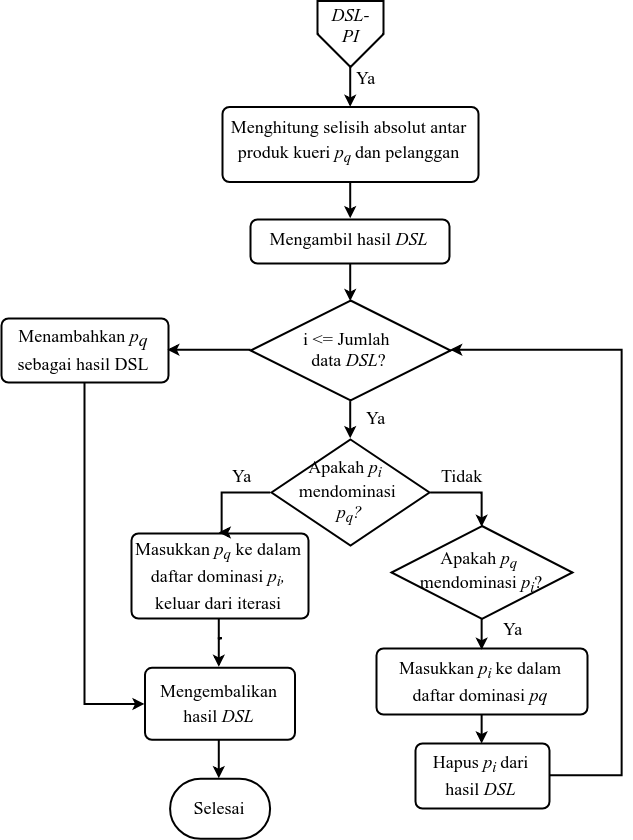
The draw.io diagram buku/assets/img/bab3/flowchart-dsl-pi.png in mocatfrio/thesis-code, before a commit. Source tidied: cells renumbered, new cells last; positions are measured from the earlier drawing's top-left corner, leaving out a move shared by most shapes.
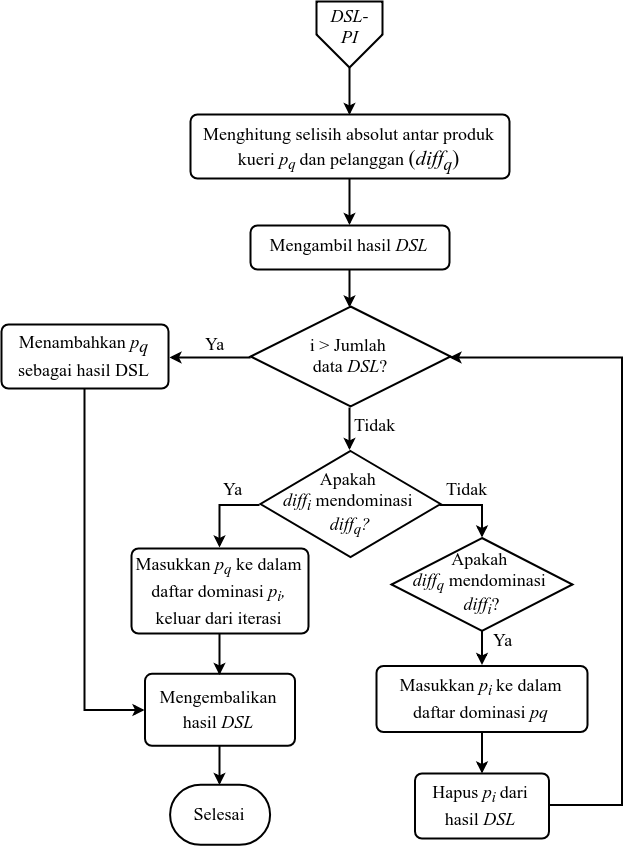
The same diagram one commit later.

Diff of the diagram source:
```diff
@@ -3,131 +3,136 @@
     <mxCell id="0" />
     <mxCell id="1" parent="0" />
     <mxCell id="2" style="group;" parent="1" vertex="1">
-      <mxGeometry y="0.5" width="620" height="837.8" as="geometry" />
+      <mxGeometry y="0.5" width="620" height="843.3" as="geometry" />
     </mxCell>
-    <mxCell id="3" value="&lt;span style=&quot;font-size: 18px&quot;&gt;Menghitung selisih absolut antar produk kueri &lt;i&gt;p&lt;sub&gt;q&amp;nbsp;&lt;/sub&gt;&lt;/i&gt;dan pelanggan&lt;br&gt;&lt;/span&gt;&lt;br&gt;" style="rounded=1;whiteSpace=wrap;html=1;absoluteArcSize=1;arcSize=14;strokeWidth=2;fontFamily=Times New Roman;fontSize=21;align=center;verticalAlign=top;" parent="2" vertex="1">
-      <mxGeometry x="221" y="106" width="256" height="75" as="geometry" />
+    <mxCell id="3" value="&lt;span style=&quot;font-size: 18px&quot;&gt;Menghitung selisih absolut antar produk kueri &lt;i&gt;p&lt;sub&gt;q&amp;nbsp;&lt;/sub&gt;&lt;/i&gt;dan pelanggan&amp;nbsp;&lt;/span&gt;(&lt;i&gt;diff&lt;sub&gt;q&lt;/sub&gt;&lt;/i&gt;)&lt;br&gt;" style="rounded=1;whiteSpace=wrap;html=1;absoluteArcSize=1;arcSize=14;strokeWidth=2;fontFamily=Times New Roman;fontSize=21;align=center;verticalAlign=top;" parent="2" vertex="1">
+      <mxGeometry x="189" y="113" width="319" height="64" as="geometry" />
     </mxCell>
     <mxCell id="4" value="&lt;span style=&quot;font-size: 18px&quot;&gt;Mengembalikan hasil &lt;i&gt;DSL&lt;/i&gt;&lt;br&gt;&lt;/span&gt;" style="rounded=1;whiteSpace=wrap;html=1;absoluteArcSize=1;arcSize=14;strokeWidth=2;fontFamily=Times New Roman;fontSize=21;" parent="2" vertex="1">
-      <mxGeometry x="143.5" y="666.8" width="150" height="72" as="geometry" />
+      <mxGeometry x="143.5" y="672.3" width="150" height="72" as="geometry" />
     </mxCell>
-    <mxCell id="5" style="edgeStyle=orthogonalEdgeStyle;rounded=0;jettySize=auto;html=1;entryX=0.5;entryY=0;entryDx=0;entryDy=0;strokeWidth=2;fontFamily=Times New Roman;fontSize=18;exitX=0.5;exitY=1;exitDx=0;exitDy=0;" parent="2" edge="1" source="27" target="3">
+    <mxCell id="5" style="edgeStyle=orthogonalEdgeStyle;rounded=0;jettySize=auto;html=1;entryX=0.5;entryY=0;entryDx=0;entryDy=0;strokeWidth=2;fontFamily=Times New Roman;fontSize=18;exitX=0.5;exitY=1;exitDx=0;exitDy=0;" parent="2" edge="1" source="26" target="3">
       <mxGeometry relative="1" as="geometry" />
     </mxCell>
-    <mxCell id="6" value="Ya" style="text;html=1;points=[];align=center;verticalAlign=middle;labelBackgroundColor=#ffffff;fontSize=18;fontFamily=Times New Roman;" parent="5" vertex="1">
-      <mxGeometry x="-0.36" y="-11" relative="1" as="geometry">
-        <mxPoint x="25.7" y="-1.5" as="offset" />
-      </mxGeometry>
+    <mxCell id="6" value="&lt;font face=&quot;Times New Roman&quot; style=&quot;font-size: 18px&quot;&gt;Apakah &lt;br&gt;&lt;i&gt;diff&lt;sub&gt;i&lt;/sub&gt;&lt;/i&gt;&amp;nbsp;mendominasi &lt;br&gt;&lt;i&gt;diff&lt;sub&gt;q&lt;/sub&gt;?&lt;/i&gt;&lt;/font&gt;&lt;br&gt;" style="strokeWidth=2;html=1;shape=mxgraph.flowchart.decision;whiteSpace=wrap;rounded=1;fillColor=#ffffff;" parent="2" vertex="1">
+      <mxGeometry x="259" y="449.5" width="180" height="106" as="geometry" />
     </mxCell>
-    <mxCell id="7" value="&lt;font face=&quot;Times New Roman&quot; style=&quot;font-size: 18px&quot;&gt;Apakah &lt;i&gt;p&lt;sub&gt;i&lt;/sub&gt;&lt;/i&gt;&amp;nbsp; &lt;br&gt;mendominasi &lt;br&gt;&lt;i&gt;p&lt;sub&gt;q&lt;/sub&gt;?&lt;/i&gt;&lt;/font&gt;&lt;br&gt;" style="strokeWidth=2;html=1;shape=mxgraph.flowchart.decision;whiteSpace=wrap;rounded=1;fillColor=#ffffff;" parent="2" vertex="1">
-      <mxGeometry x="270" y="438.5" width="158" height="106" as="geometry" />
+    <mxCell id="7" value="&lt;font face=&quot;Times New Roman&quot;&gt;&lt;span style=&quot;font-size: 18px&quot;&gt;Apakah &lt;br&gt;&lt;i&gt;diff&lt;sub&gt;q&lt;/sub&gt;&lt;/i&gt; mendominasi &lt;br&gt;&lt;i&gt;diff&lt;sub&gt;i&lt;/sub&gt;&lt;/i&gt;?&lt;/span&gt;&lt;/font&gt;&lt;br&gt;" style="strokeWidth=2;html=1;shape=mxgraph.flowchart.decision;whiteSpace=wrap;rounded=1;fillColor=#ffffff;" parent="2" vertex="1">
+      <mxGeometry x="390" y="536.5" width="181" height="93" as="geometry" />
     </mxCell>
-    <mxCell id="8" value="&lt;font face=&quot;Times New Roman&quot;&gt;&lt;span style=&quot;font-size: 18px&quot;&gt;Apakah &lt;i&gt;p&lt;sub&gt;q&lt;/sub&gt;&lt;/i&gt; &lt;br&gt;mendominasi &lt;i&gt;p&lt;sub&gt;i&lt;/sub&gt;&lt;/i&gt;?&lt;/span&gt;&lt;/font&gt;&lt;br&gt;" style="strokeWidth=2;html=1;shape=mxgraph.flowchart.decision;whiteSpace=wrap;rounded=1;fillColor=#ffffff;" parent="2" vertex="1">
-      <mxGeometry x="390" y="525" width="181" height="93" as="geometry" />
+    <mxCell id="8" style="edgeStyle=orthogonalEdgeStyle;rounded=0;jettySize=auto;html=1;strokeWidth=2;fontFamily=Times New Roman;fontSize=18;exitX=1;exitY=0.5;exitDx=0;exitDy=0;exitPerimeter=0;entryX=0.5;entryY=0;entryDx=0;entryDy=0;entryPerimeter=0;" parent="2" edge="1" source="6" target="7">
+      <mxGeometry relative="1" as="geometry">
+        <Array as="points">
+          <mxPoint x="481" y="503" />
+        </Array>
+      </mxGeometry>
     </mxCell>
-    <mxCell id="9" style="edgeStyle=orthogonalEdgeStyle;rounded=0;jettySize=auto;html=1;strokeWidth=2;fontFamily=Times New Roman;fontSize=18;exitX=1;exitY=0.5;exitDx=0;exitDy=0;exitPerimeter=0;entryX=0.5;entryY=0;entryDx=0;entryDy=0;entryPerimeter=0;" parent="2" edge="1" source="7" target="8">
-      <mxGeometry relative="1" as="geometry">
-        <Array as="points">
-          <mxPoint x="481" y="491.5" />
-        </Array>
+    <mxCell id="9" value="Tidak" style="text;html=1;align=center;verticalAlign=middle;labelBackgroundColor=#ffffff;fontSize=18;fontFamily=Times New Roman;" parent="8" vertex="1">
+      <mxGeometry x="-0.25" y="-1" relative="1" as="geometry">
+        <mxPoint x="-1" y="-18.5" as="offset" />
       </mxGeometry>
     </mxCell>
-    <mxCell id="10" value="Tidak" style="text;html=1;align=center;verticalAlign=middle;labelBackgroundColor=#ffffff;fontSize=18;fontFamily=Times New Roman;" parent="9" vertex="1">
-      <mxGeometry x="-0.25" y="-1" relative="1" as="geometry">
-        <mxPoint x="-1" y="-18.5" as="offset" />
+    <mxCell id="10" style="edgeStyle=orthogonalEdgeStyle;rounded=0;jettySize=auto;html=1;entryX=0.5;entryY=0;entryDx=0;entryDy=0;strokeWidth=2;fontFamily=Times New Roman;fontSize=18;exitX=0.5;exitY=1;exitDx=0;exitDy=0;" parent="2" edge="1" source="11" target="4">
+      <mxGeometry relative="1" as="geometry">
+        <Array as="points">
+          <mxPoint x="219" y="643" />
+          <mxPoint x="219" y="643" />
+        </Array>
       </mxGeometry>
     </mxCell>
-    <mxCell id="11" style="edgeStyle=orthogonalEdgeStyle;rounded=0;jettySize=auto;html=1;entryX=0.5;entryY=0;entryDx=0;entryDy=0;strokeWidth=2;fontFamily=Times New Roman;fontSize=18;exitX=0.5;exitY=1;exitDx=0;exitDy=0;" parent="2" edge="1" source="12" target="4">
-      <mxGeometry relative="1" as="geometry">
-        <Array as="points">
-          <mxPoint x="219" y="637.5" />
-          <mxPoint x="219" y="637.5" />
-        </Array>
-      </mxGeometry>
+    <mxCell id="11" value="&lt;span style=&quot;font-size: 18px&quot;&gt;Masukkan &lt;i&gt;p&lt;sub&gt;q&lt;/sub&gt;&lt;/i&gt; ke dalam daftar dominasi &lt;i&gt;p&lt;/i&gt;&lt;i&gt;&lt;sub&gt;i&lt;/sub&gt;, &lt;/i&gt;keluar dari iterasi&lt;/span&gt;&lt;br&gt;" style="rounded=1;whiteSpace=wrap;html=1;absoluteArcSize=1;arcSize=14;strokeWidth=2;fontFamily=Times New Roman;fontSize=21;" parent="2" vertex="1">
+      <mxGeometry x="130" y="547" width="177" height="85" as="geometry" />
     </mxCell>
-    <mxCell id="12" value="&lt;span style=&quot;font-size: 18px&quot;&gt;Masukkan &lt;i&gt;p&lt;sub&gt;q&lt;/sub&gt;&lt;/i&gt; ke dalam daftar dominasi &lt;i&gt;p&lt;/i&gt;&lt;i&gt;&lt;sub&gt;i&lt;/sub&gt;, &lt;/i&gt;keluar dari iterasi&lt;/span&gt;&lt;br&gt;" style="rounded=1;whiteSpace=wrap;html=1;absoluteArcSize=1;arcSize=14;strokeWidth=2;fontFamily=Times New Roman;fontSize=21;" parent="2" vertex="1">
-      <mxGeometry x="130" y="532.5" width="177" height="85" as="geometry" />
+    <mxCell id="12" style="edgeStyle=orthogonalEdgeStyle;rounded=0;jettySize=auto;html=1;entryX=0.5;entryY=0;entryDx=0;entryDy=0;strokeWidth=2;exitX=0;exitY=0.5;exitDx=0;exitDy=0;exitPerimeter=0;" parent="2" edge="1" source="6" target="11">
+      <mxGeometry relative="1" as="geometry">
+        <Array as="points">
+          <mxPoint x="219" y="503" />
+        </Array>
+      </mxGeometry>
     </mxCell>
-    <mxCell id="13" style="edgeStyle=orthogonalEdgeStyle;rounded=0;jettySize=auto;html=1;entryX=0.5;entryY=0;entryDx=0;entryDy=0;strokeWidth=2;exitX=0;exitY=0.5;exitDx=0;exitDy=0;exitPerimeter=0;" parent="2" edge="1" source="7" target="12">
-      <mxGeometry relative="1" as="geometry">
-        <Array as="points">
-          <mxPoint x="219" y="491.5" />
-        </Array>
+    <mxCell id="13" value="&lt;font face=&quot;Times New Roman&quot; style=&quot;font-size: 18px&quot;&gt;Ya&lt;/font&gt;" style="text;html=1;align=center;verticalAlign=middle;labelBackgroundColor=#ffffff;" parent="12" vertex="1">
+      <mxGeometry x="-0.73" y="1" relative="1" as="geometry">
+        <mxPoint x="-18" y="-18.5" as="offset" />
       </mxGeometry>
     </mxCell>
-    <mxCell id="14" value="&lt;font face=&quot;Times New Roman&quot; style=&quot;font-size: 18px&quot;&gt;Ya&lt;/font&gt;" style="text;html=1;points=[];align=center;verticalAlign=middle;labelBackgroundColor=#ffffff;" parent="13" vertex="1">
-      <mxGeometry x="-0.73" y="1" relative="1" as="geometry">
-        <mxPoint x="-18" y="-18.5" as="offset" />
-      </mxGeometry>
+    <mxCell id="14" value="&lt;font style=&quot;font-size: 18px&quot;&gt;&lt;span&gt;Masukkan&amp;nbsp;&lt;/span&gt;&lt;i&gt;p&lt;sub&gt;i&amp;nbsp;&lt;/sub&gt;&lt;/i&gt;&lt;span&gt;ke dalam daftar dominasi&amp;nbsp;&lt;/span&gt;&lt;i&gt;pq&lt;/i&gt;&lt;/font&gt;&lt;br&gt;" style="rounded=1;whiteSpace=wrap;html=1;absoluteArcSize=1;arcSize=14;strokeWidth=2;fontFamily=Times New Roman;fontSize=21;" parent="2" vertex="1">
+      <mxGeometry x="375" y="664.5" width="211" height="66" as="geometry" />
     </mxCell>
-    <mxCell id="15" value="&lt;font style=&quot;font-size: 18px&quot;&gt;&lt;span&gt;Masukkan&amp;nbsp;&lt;/span&gt;&lt;i&gt;p&lt;sub&gt;i&amp;nbsp;&lt;/sub&gt;&lt;/i&gt;&lt;span&gt;ke dalam daftar dominasi&amp;nbsp;&lt;/span&gt;&lt;i&gt;pq&lt;/i&gt;&lt;/font&gt;&lt;br&gt;" style="rounded=1;whiteSpace=wrap;html=1;absoluteArcSize=1;arcSize=14;strokeWidth=2;fontFamily=Times New Roman;fontSize=21;" parent="2" vertex="1">
-      <mxGeometry x="375" y="647.5" width="211" height="66" as="geometry" />
+    <mxCell id="15" style="edgeStyle=orthogonalEdgeStyle;rounded=0;jettySize=auto;html=1;entryX=0.5;entryY=0;entryDx=0;entryDy=0;strokeWidth=2;fontFamily=Times New Roman;fontSize=18;exitX=0.5;exitY=1;exitDx=0;exitDy=0;exitPerimeter=0;" parent="2" edge="1" source="7" target="14">
+      <mxGeometry relative="1" as="geometry" />
     </mxCell>
-    <mxCell id="16" style="edgeStyle=orthogonalEdgeStyle;rounded=0;jettySize=auto;html=1;entryX=0.5;entryY=0;entryDx=0;entryDy=0;strokeWidth=2;fontFamily=Times New Roman;fontSize=18;exitX=0.5;exitY=1;exitDx=0;exitDy=0;exitPerimeter=0;" parent="2" edge="1" source="8" target="15">
-      <mxGeometry relative="1" as="geometry" />
+    <mxCell id="16" value="Ya" style="text;html=1;align=center;verticalAlign=middle;labelBackgroundColor=#ffffff;fontSize=18;fontFamily=Times New Roman;" parent="15" vertex="1">
+      <mxGeometry x="-0.21" y="-2" relative="1" as="geometry">
+        <mxPoint x="21.5" y="-6.5" as="offset" />
+      </mxGeometry>
     </mxCell>
-    <mxCell id="17" value="Ya" style="text;html=1;points=[];align=center;verticalAlign=middle;labelBackgroundColor=#ffffff;fontSize=18;fontFamily=Times New Roman;" parent="16" vertex="1">
-      <mxGeometry x="-0.21" y="-2" relative="1" as="geometry">
-        <mxPoint x="31.5" y="-2.5" as="offset" />
-      </mxGeometry>
+    <mxCell id="17" value="&lt;span style=&quot;font-size: 18px&quot;&gt;Hapus&amp;nbsp;&lt;i&gt;p&lt;/i&gt;&lt;sub style=&quot;font-style: italic&quot;&gt;i &lt;/sub&gt;dari hasil &lt;i&gt;DSL&lt;/i&gt;&lt;/span&gt;&lt;br&gt;" style="rounded=1;whiteSpace=wrap;html=1;absoluteArcSize=1;arcSize=14;strokeWidth=2;fontFamily=Times New Roman;fontSize=21;" parent="2" vertex="1">
+      <mxGeometry x="413.5" y="772" width="134" height="65" as="geometry" />
     </mxCell>
-    <mxCell id="18" value="&lt;span style=&quot;font-size: 18px&quot;&gt;Hapus&amp;nbsp;&lt;i&gt;p&lt;/i&gt;&lt;sub style=&quot;font-style: italic&quot;&gt;i &lt;/sub&gt;dari hasil &lt;i&gt;DSL&lt;/i&gt;&lt;/span&gt;&lt;br&gt;" style="rounded=1;whiteSpace=wrap;html=1;absoluteArcSize=1;arcSize=14;strokeWidth=2;fontFamily=Times New Roman;fontSize=21;" parent="2" vertex="1">
-      <mxGeometry x="414" y="742.5" width="134" height="65" as="geometry" />
+    <mxCell id="18" style="edgeStyle=orthogonalEdgeStyle;rounded=0;jettySize=auto;html=1;strokeWidth=2;fontFamily=Times New Roman;fontSize=18;" parent="2" edge="1" source="14" target="17">
+      <mxGeometry relative="1" as="geometry" />
     </mxCell>
-    <mxCell id="19" style="edgeStyle=orthogonalEdgeStyle;rounded=0;jettySize=auto;html=1;strokeWidth=2;fontFamily=Times New Roman;fontSize=18;" parent="2" edge="1" source="15" target="18">
-      <mxGeometry relative="1" as="geometry" />
+    <mxCell id="19" value="&lt;font face=&quot;Times New Roman&quot; style=&quot;font-size: 18px&quot;&gt;i &amp;gt; Jumlah &lt;br&gt;data &lt;i&gt;DSL&lt;/i&gt;?&lt;/font&gt;" style="strokeWidth=2;html=1;shape=mxgraph.flowchart.decision;whiteSpace=wrap;rounded=1;fillColor=#ffffff;" parent="2" vertex="1">
+      <mxGeometry x="249.1" y="305" width="200" height="100" as="geometry" />
     </mxCell>
-    <mxCell id="20" value="&lt;font face=&quot;Times New Roman&quot; style=&quot;font-size: 18px&quot;&gt;i &amp;lt;= Jumlah &lt;br&gt;data &lt;i&gt;DSL&lt;/i&gt;?&lt;/font&gt;" style="strokeWidth=2;html=1;shape=mxgraph.flowchart.decision;whiteSpace=wrap;rounded=1;fillColor=#ffffff;" parent="2" vertex="1">
-      <mxGeometry x="249.1" y="299.5" width="200" height="100" as="geometry" />
+    <mxCell id="20" style="edgeStyle=orthogonalEdgeStyle;rounded=0;jettySize=auto;html=1;entryX=1;entryY=0.5;entryDx=0;entryDy=0;entryPerimeter=0;strokeWidth=2;fontFamily=Times New Roman;fontSize=18;exitX=1;exitY=0.5;exitDx=0;exitDy=0;" parent="2" edge="1" source="17" target="19">
+      <mxGeometry relative="1" as="geometry">
+        <Array as="points">
+          <mxPoint x="620" y="804" />
+          <mxPoint x="620" y="355" />
+        </Array>
+      </mxGeometry>
     </mxCell>
-    <mxCell id="21" style="edgeStyle=orthogonalEdgeStyle;rounded=0;jettySize=auto;html=1;entryX=1;entryY=0.5;entryDx=0;entryDy=0;entryPerimeter=0;strokeWidth=2;fontFamily=Times New Roman;fontSize=18;" parent="2" edge="1" source="18" target="20">
-      <mxGeometry relative="1" as="geometry">
-        <Array as="points">
-          <mxPoint x="620" y="775.5" />
-          <mxPoint x="620" y="349.5" />
-        </Array>
-      </mxGeometry>
+    <mxCell id="21" style="edgeStyle=orthogonalEdgeStyle;rounded=0;jettySize=auto;html=1;entryX=0.5;entryY=0;entryDx=0;entryDy=0;entryPerimeter=0;strokeWidth=2;fontFamily=Times New Roman;fontSize=18;exitX=0.5;exitY=1;exitDx=0;exitDy=0;exitPerimeter=0;" parent="2" edge="1" source="19" target="6">
+      <mxGeometry relative="1" as="geometry" />
     </mxCell>
-    <mxCell id="22" style="edgeStyle=orthogonalEdgeStyle;rounded=0;jettySize=auto;html=1;entryX=0.5;entryY=0;entryDx=0;entryDy=0;entryPerimeter=0;strokeWidth=2;fontFamily=Times New Roman;fontSize=18;exitX=0.5;exitY=1;exitDx=0;exitDy=0;exitPerimeter=0;" parent="2" edge="1" source="20" target="7">
-      <mxGeometry relative="1" as="geometry" />
+    <mxCell id="22" value="Tidak" style="text;html=1;align=center;verticalAlign=middle;labelBackgroundColor=#ffffff;fontSize=18;fontFamily=Times New Roman;" parent="21" vertex="1">
+      <mxGeometry x="-0.29" y="-1" relative="1" as="geometry">
+        <mxPoint x="25.5" y="1.5" as="offset" />
+      </mxGeometry>
     </mxCell>
-    <mxCell id="23" value="Ya" style="text;html=1;points=[];align=center;verticalAlign=middle;labelBackgroundColor=#ffffff;fontSize=18;fontFamily=Times New Roman;" parent="22" vertex="1">
-      <mxGeometry x="-0.29" y="-1" relative="1" as="geometry">
-        <mxPoint x="25.5" y="1.5" as="offset" />
-      </mxGeometry>
+    <mxCell id="23" value="&lt;font style=&quot;font-size: 18px&quot;&gt;Selesai&lt;/font&gt;&lt;br&gt;" style="strokeWidth=2;html=1;shape=mxgraph.flowchart.terminator;whiteSpace=wrap;fontFamily=Times New Roman;fontSize=31;verticalAlign=top;" parent="2" vertex="1">
+      <mxGeometry x="168.6" y="783.3" width="100" height="60" as="geometry" />
     </mxCell>
-    <mxCell id="24" value="&lt;font style=&quot;font-size: 18px&quot;&gt;Selesai&lt;/font&gt;&lt;br&gt;" style="strokeWidth=2;html=1;shape=mxgraph.flowchart.terminator;whiteSpace=wrap;fontFamily=Times New Roman;fontSize=31;verticalAlign=top;" parent="2" vertex="1">
-      <mxGeometry x="168.6" y="777.8" width="100" height="60" as="geometry" />
+    <mxCell id="24" style="edgeStyle=orthogonalEdgeStyle;rounded=0;jettySize=auto;html=1;entryX=0.5;entryY=0;entryDx=0;entryDy=0;entryPerimeter=0;strokeWidth=2;fontFamily=Times New Roman;fontSize=18;" parent="2" edge="1" source="4" target="23">
+      <mxGeometry relative="1" as="geometry" />
     </mxCell>
-    <mxCell id="25" style="edgeStyle=orthogonalEdgeStyle;rounded=0;jettySize=auto;html=1;entryX=0.5;entryY=0;entryDx=0;entryDy=0;entryPerimeter=0;strokeWidth=2;fontFamily=Times New Roman;fontSize=18;" parent="2" edge="1" source="4" target="24">
-      <mxGeometry relative="1" as="geometry" />
+    <mxCell id="25" style="group;" parent="2" vertex="1">
+      <mxGeometry x="315.5" width="66" height="66" as="geometry" />
     </mxCell>
-    <mxCell id="26" style="group;" parent="2" vertex="1">
-      <mxGeometry x="316" width="66" height="66" as="geometry" />
+    <mxCell id="26" style="verticalLabelPosition=bottom;verticalAlign=top;html=1;strokeWidth=2;shape=offPageConnector;rounded=0;size=0.5;fillColor=#ffffff;" parent="25" vertex="1">
+      <mxGeometry x="-0.5" width="66" height="66" as="geometry" />
     </mxCell>
-    <mxCell id="27" style="verticalLabelPosition=bottom;verticalAlign=top;html=1;strokeWidth=2;shape=offPageConnector;rounded=0;size=0.5;fillColor=#ffffff;" parent="26" vertex="1">
-      <mxGeometry width="66" height="66" as="geometry" />
+    <mxCell id="27" value="&lt;i&gt;DSL-PI&lt;/i&gt;" style="text;html=1;strokeColor=none;fillColor=none;align=center;verticalAlign=middle;whiteSpace=wrap;rounded=0;fontFamily=Times New Roman;fontSize=18;" parent="25" vertex="1">
+      <mxGeometry x="12.5" y="5" width="40" height="39" as="geometry" />
     </mxCell>
-    <mxCell id="28" value="&lt;i&gt;DSL-PI&lt;/i&gt;" style="text;html=1;strokeColor=none;fillColor=none;align=center;verticalAlign=middle;whiteSpace=wrap;rounded=0;fontFamily=Times New Roman;fontSize=18;" parent="26" vertex="1">
-      <mxGeometry x="13" y="5" width="40" height="39" as="geometry" />
+    <mxCell id="28" style="edgeStyle=orthogonalEdgeStyle;rounded=0;jettySize=auto;html=1;entryX=0.5;entryY=0;entryDx=0;entryDy=0;entryPerimeter=0;strokeWidth=2;fontFamily=Times New Roman;fontSize=18;" parent="2" edge="1" source="29" target="19">
+      <mxGeometry relative="1" as="geometry" />
     </mxCell>
-    <mxCell id="29" style="edgeStyle=orthogonalEdgeStyle;rounded=0;jettySize=auto;html=1;entryX=0.5;entryY=0;entryDx=0;entryDy=0;entryPerimeter=0;strokeWidth=2;fontFamily=Times New Roman;fontSize=18;" parent="2" edge="1" source="30" target="20">
-      <mxGeometry relative="1" as="geometry" />
+    <mxCell id="29" value="&lt;span style=&quot;font-size: 18px&quot;&gt;Mengambil hasil &lt;i&gt;DSL&lt;/i&gt;&lt;/span&gt;" style="rounded=1;whiteSpace=wrap;html=1;absoluteArcSize=1;arcSize=14;strokeWidth=2;fontFamily=Times New Roman;fontSize=21;align=center;verticalAlign=top;" parent="2" vertex="1">
+      <mxGeometry x="249" y="224" width="199" height="44" as="geometry" />
     </mxCell>
-    <mxCell id="30" value="&lt;span style=&quot;font-size: 18px&quot;&gt;Mengambil hasil &lt;i&gt;DSL&lt;/i&gt;&lt;/span&gt;" style="rounded=1;whiteSpace=wrap;html=1;absoluteArcSize=1;arcSize=14;strokeWidth=2;fontFamily=Times New Roman;fontSize=21;align=center;verticalAlign=top;" parent="2" vertex="1">
-      <mxGeometry x="249" y="218.5" width="199" height="44" as="geometry" />
+    <mxCell id="30" style="edgeStyle=orthogonalEdgeStyle;rounded=0;jettySize=auto;html=1;entryX=0;entryY=0.5;entryDx=0;entryDy=0;strokeWidth=2;fontFamily=Times New Roman;fontSize=18;" parent="2" edge="1" source="31" target="4">
+      <mxGeometry relative="1" as="geometry" />
     </mxCell>
-    <mxCell id="31" style="edgeStyle=orthogonalEdgeStyle;rounded=0;jettySize=auto;html=1;entryX=0;entryY=0.5;entryDx=0;entryDy=0;strokeWidth=2;fontFamily=Times New Roman;fontSize=18;" parent="2" edge="1" source="32" target="4">
-      <mxGeometry relative="1" as="geometry" />
+    <mxCell id="31" value="&lt;span style=&quot;font-size: 18px&quot;&gt;Menambahkan&amp;nbsp;&lt;i&gt;p&lt;/i&gt;&lt;i style=&quot;vertical-align: sub&quot;&gt;q &lt;/i&gt;sebagai hasil DSL&lt;/span&gt;&lt;br&gt;" style="rounded=1;whiteSpace=wrap;html=1;absoluteArcSize=1;arcSize=14;strokeWidth=2;fontFamily=Times New Roman;fontSize=21;" parent="2" vertex="1">
+      <mxGeometry y="323" width="167" height="64" as="geometry" />
     </mxCell>
-    <mxCell id="32" value="&lt;span style=&quot;font-size: 18px&quot;&gt;Menambahkan&amp;nbsp;&lt;i&gt;p&lt;/i&gt;&lt;i style=&quot;vertical-align: sub&quot;&gt;q &lt;/i&gt;sebagai hasil DSL&lt;/span&gt;&lt;br&gt;" style="rounded=1;whiteSpace=wrap;html=1;absoluteArcSize=1;arcSize=14;strokeWidth=2;fontFamily=Times New Roman;fontSize=21;" parent="2" vertex="1">
-      <mxGeometry y="317.5" width="167" height="64" as="geometry" />
+    <mxCell id="32" style="edgeStyle=orthogonalEdgeStyle;rounded=0;jettySize=auto;html=1;entryX=0.5;entryY=0;entryDx=0;entryDy=0;strokeWidth=2;fontFamily=Times New Roman;fontSize=18;" parent="2" edge="1" source="3" target="29">
+      <mxGeometry relative="1" as="geometry">
+        <Array as="points">
+          <mxPoint x="348" y="172" />
+          <mxPoint x="348" y="172" />
+        </Array>
+      </mxGeometry>
     </mxCell>
-    <mxCell id="33" style="edgeStyle=orthogonalEdgeStyle;rounded=0;jettySize=auto;html=1;entryX=0.5;entryY=0;entryDx=0;entryDy=0;strokeWidth=2;fontFamily=Times New Roman;fontSize=18;" parent="2" edge="1" source="3" target="30">
+    <mxCell id="33" style="edgeStyle=orthogonalEdgeStyle;rounded=0;jettySize=auto;html=1;strokeWidth=2;fontFamily=Times New Roman;fontSize=18;entryX=1;entryY=0.5;entryDx=0;entryDy=0;" parent="2" edge="1" source="19" target="31">
       <mxGeometry relative="1" as="geometry" />
     </mxCell>
-    <mxCell id="34" style="edgeStyle=orthogonalEdgeStyle;rounded=0;jettySize=auto;html=1;strokeWidth=2;fontFamily=Times New Roman;fontSize=18;entryX=1;entryY=0.5;entryDx=0;entryDy=0;" parent="2" edge="1" source="20" target="32">
-      <mxGeometry relative="1" as="geometry" />
+    <mxCell id="34" value="&lt;font style=&quot;font-size: 18px&quot;&gt;Ya&lt;/font&gt;" style="text;html=1;align=center;verticalAlign=middle;labelBackgroundColor=#ffffff;fontSize=17;fontFamily=Times New Roman;" parent="33" vertex="1">
+      <mxGeometry x="0.2" y="2" relative="1" as="geometry">
+        <mxPoint x="10.5" y="-17" as="offset" />
+      </mxGeometry>
     </mxCell>
   </root>
 </mxGraphModel>
```
